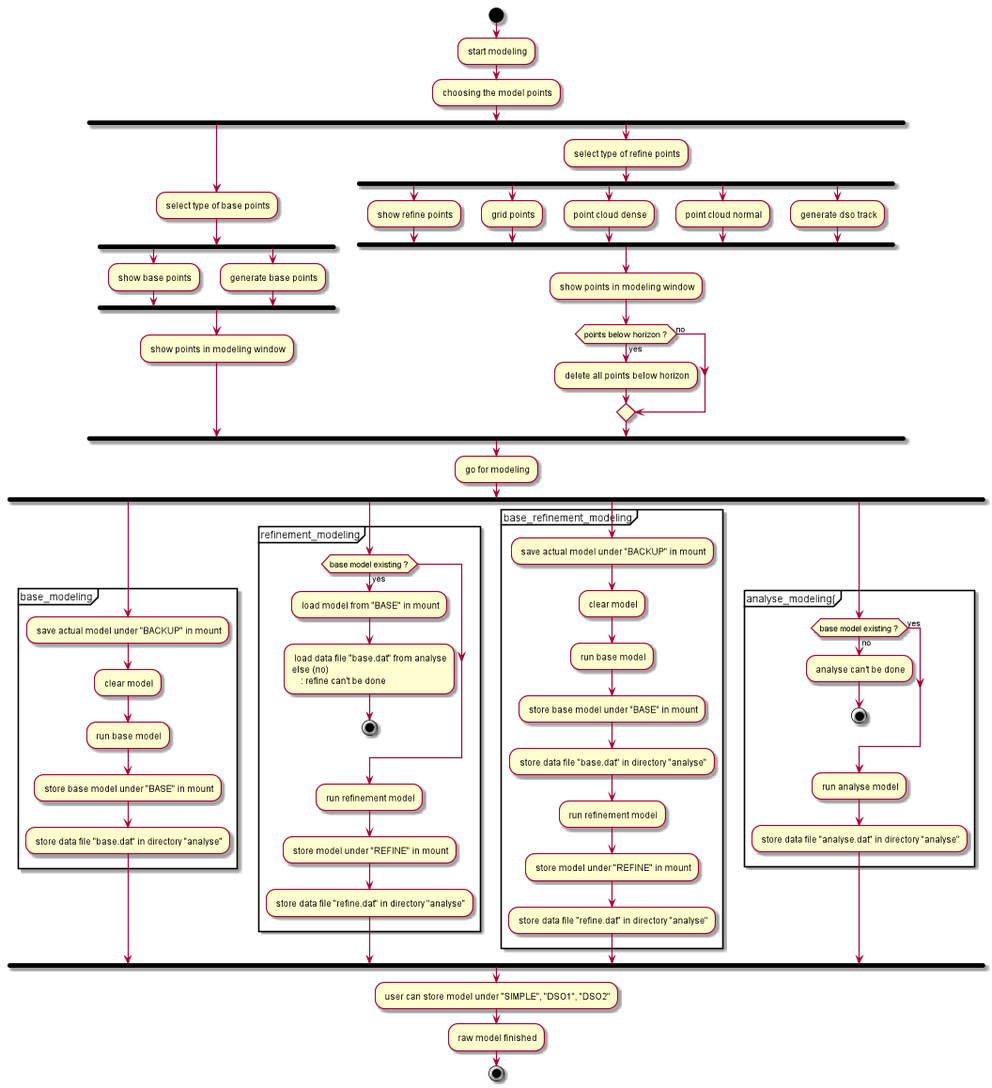
The PlantUML diagram mountwizzard/pics/do_modeling.png in sayitfast/MountWizzard3, before a commit.
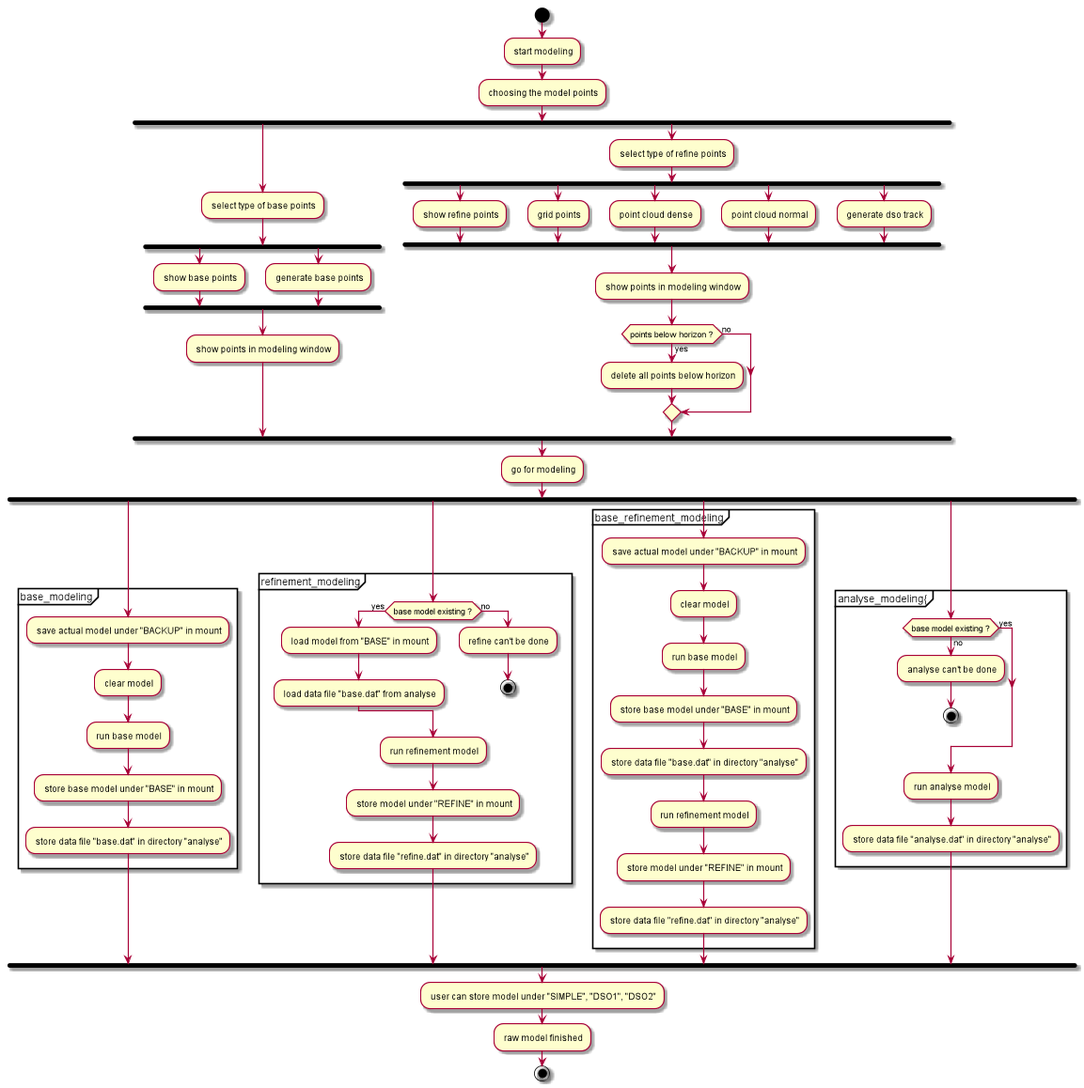
After the commit.

Change to the diagram source:
```diff
@@ -42,7 +42,7 @@
     partition refinement_modeling {
     if (base model existing ?) then (yes)
         : load model from "BASE" in mount;
-        : load data file "base.dat" from analyse
+        : load data file "base.dat" from analyse;
     else (no)
         : refine can't be done;
         stop
```
